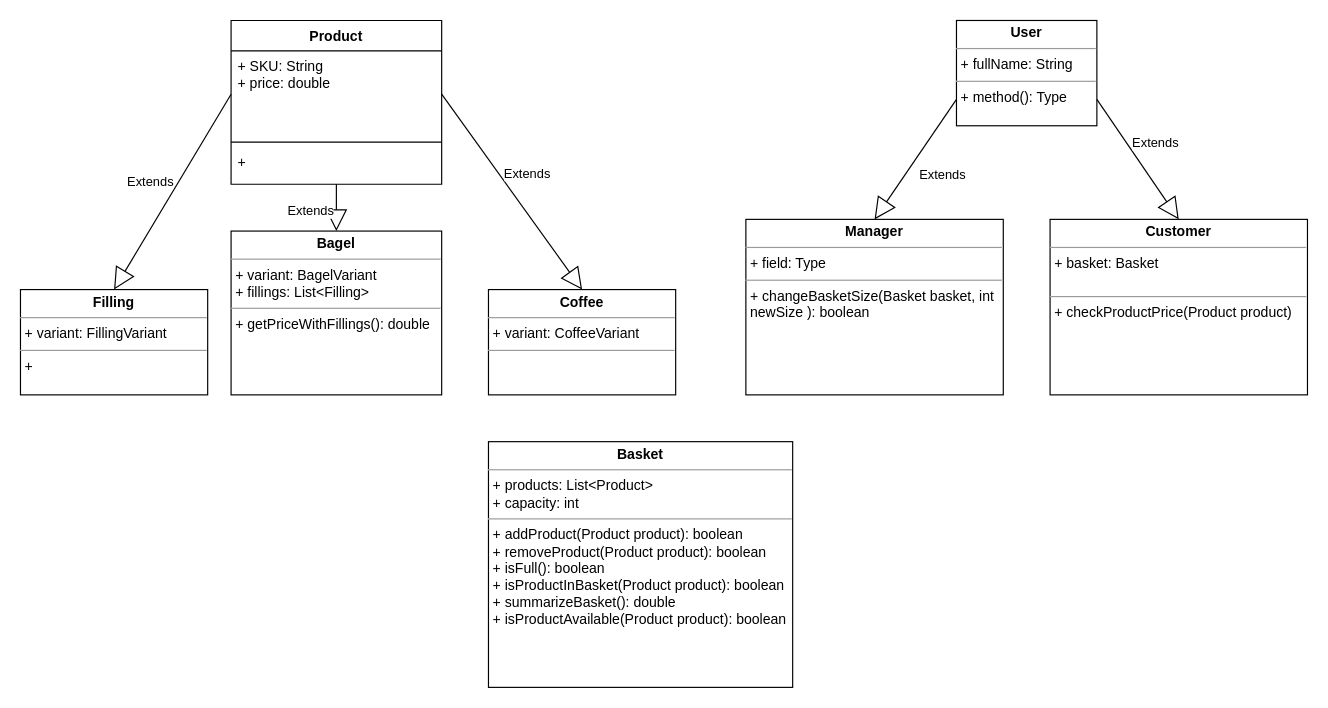
boolean-uk/java-tdd-oop-bobs-bagels keeps this draw.io diagram as class-diagram.drawio. Above is the earlier version. Source tidied: cells renumbered, new cells numbered last; positions are measured from the earlier drawing's top-left corner, leaving out a move shared by most shapes. Both pictures are drawn from the tidied source at 117%, with x=0, y=0 at pixel (20, 20).
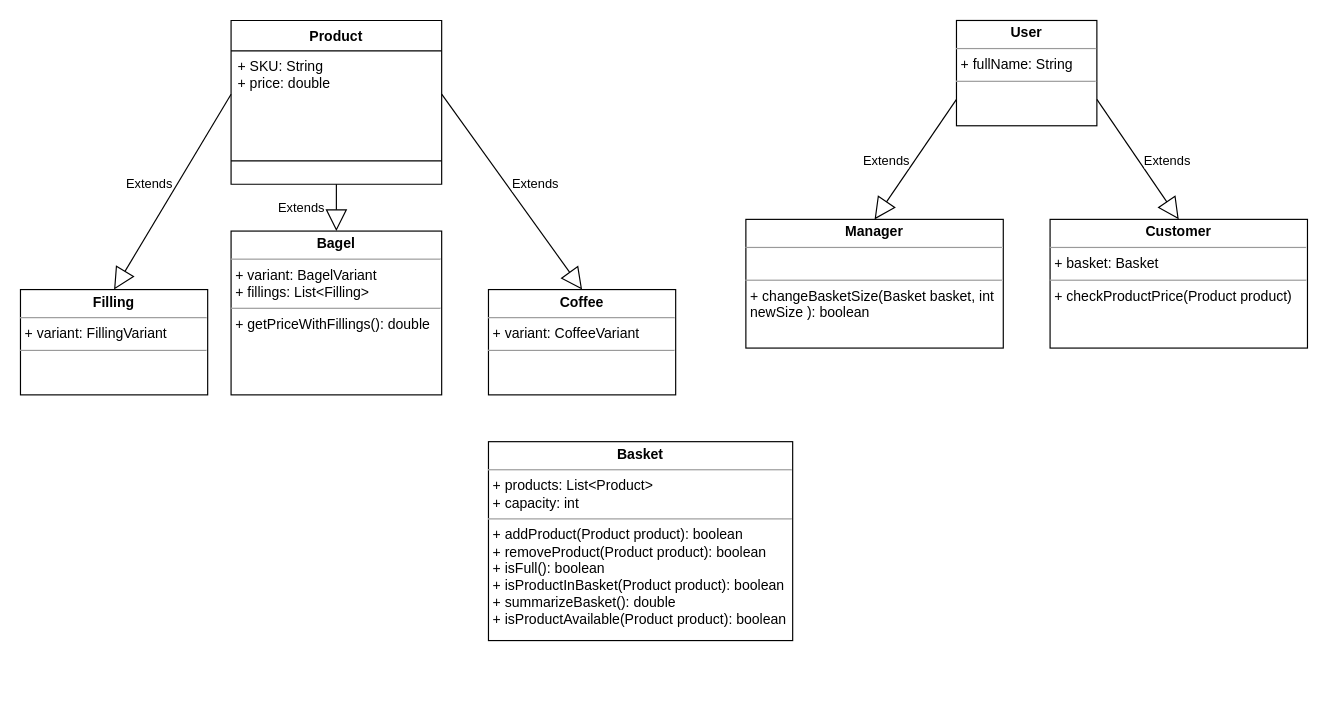
The same page after the edit.

The edit, as a diff of the source:
```diff
@@
 <mxGraphModel>
   <root>
     <mxCell id="0" />
     <mxCell id="1" parent="0" />
     <mxCell id="2" value="Product" style="swimlane;fontStyle=1;align=center;verticalAlign=top;horizontal=1;startSize=26;whiteSpace=wrap;html=1;" parent="1" vertex="1">
       <mxGeometry x="180" width="180" height="140" as="geometry" />
     </mxCell>
     <mxCell id="3" value="+ SKU: String&lt;br&gt;+ price: double&lt;br&gt;" style="text;strokeColor=none;fillColor=none;align=left;verticalAlign=top;spacingLeft=4;spacingRight=4;overflow=hidden;points=[[0,0.5],[1,0.5]];portConstraint=eastwest;whiteSpace=wrap;html=1;" parent="2" vertex="1">
       <mxGeometry y="26" width="180" height="74" as="geometry" />
     </mxCell>
     <mxCell id="4" style="line;strokeWidth=1;fillColor=none;align=left;verticalAlign=middle;spacingTop=-1;spacingLeft=3;spacingRight=3;labelPosition=right;strokeColor=inherit;" parent="2" vertex="1">
-      <mxGeometry y="100" width="180" height="8" as="geometry" />
+      <mxGeometry y="100" width="180" height="40" as="geometry" />
     </mxCell>
-    <mxCell id="5" value="+&amp;nbsp;" style="text;strokeColor=none;fillColor=none;align=left;verticalAlign=top;spacingLeft=4;spacingRight=4;overflow=hidden;points=[[0,0.5],[1,0.5]];portConstraint=eastwest;whiteSpace=wrap;html=1;" parent="2" vertex="1">
-      <mxGeometry y="108" width="180" height="32" as="geometry" />
-    </mxCell>
-    <mxCell id="6" value="Extends" style="endArrow=block;endSize=16;endFill=0;html=1;rounded=0;entryX=0.5;entryY=0;entryDx=0;entryDy=0;exitX=0.5;exitY=1;exitDx=0;exitDy=0;exitPerimeter=0;" parent="1" edge="1" source="5" target="7">
-      <mxGeometry x="0.17" y="-21" relative="1" as="geometry">
-        <mxPoint x="-1" as="offset" />
+    <mxCell id="6" value="Extends" style="endArrow=block;endSize=16;endFill=0;html=1;rounded=0;entryX=0.5;entryY=0;entryDx=0;entryDy=0;" parent="1" edge="1" target="7">
+      <mxGeometry y="-30" relative="1" as="geometry">
+        <mxPoint x="270" y="140" as="sourcePoint" />
       </mxGeometry>
     </mxCell>
     <mxCell id="7" value="&lt;p style=&quot;margin:0px;margin-top:4px;text-align:center;&quot;&gt;&lt;b&gt;Bagel&lt;/b&gt;&lt;/p&gt;&lt;hr size=&quot;1&quot;&gt;&lt;p style=&quot;margin:0px;margin-left:4px;&quot;&gt;+ variant: BagelVariant&lt;/p&gt;&lt;p style=&quot;margin:0px;margin-left:4px;&quot;&gt;+ fillings: List&amp;lt;Filling&amp;gt;&lt;/p&gt;&lt;hr size=&quot;1&quot;&gt;&lt;p style=&quot;margin:0px;margin-left:4px;&quot;&gt;+ getPriceWithFillings(): double&lt;/p&gt;" style="verticalAlign=top;align=left;overflow=fill;fontSize=12;fontFamily=Helvetica;html=1;whiteSpace=wrap;" parent="1" vertex="1">
       <mxGeometry x="180" y="180" width="180" height="140" as="geometry" />
     </mxCell>
     <mxCell id="8" value="&lt;p style=&quot;margin:0px;margin-top:4px;text-align:center;&quot;&gt;&lt;b&gt;Coffee&lt;/b&gt;&lt;/p&gt;&lt;hr size=&quot;1&quot;&gt;&lt;p style=&quot;margin:0px;margin-left:4px;&quot;&gt;+ variant: CoffeeVariant&lt;/p&gt;&lt;hr size=&quot;1&quot;&gt;&lt;p style=&quot;margin:0px;margin-left:4px;&quot;&gt;&lt;br&gt;&lt;/p&gt;" style="verticalAlign=top;align=left;overflow=fill;fontSize=12;fontFamily=Helvetica;html=1;whiteSpace=wrap;" parent="1" vertex="1">
       <mxGeometry x="400" y="230" width="160" height="90" as="geometry" />
     </mxCell>
     <mxCell id="9" value="Extends" style="endArrow=block;endSize=16;endFill=0;html=1;rounded=0;exitX=1;exitY=0.5;exitDx=0;exitDy=0;entryX=0.5;entryY=0;entryDx=0;entryDy=0;" parent="1" edge="1" source="3" target="8">
-      <mxGeometry x="-0.05" y="20" relative="1" as="geometry" />
+      <mxGeometry x="0.06" y="20" relative="1" as="geometry" />
     </mxCell>
     <mxCell id="10" value="&lt;p style=&quot;margin:0px;margin-top:4px;text-align:center;&quot;&gt;&lt;b&gt;Basket&lt;/b&gt;&lt;/p&gt;&lt;hr size=&quot;1&quot;&gt;&lt;p style=&quot;margin:0px;margin-left:4px;&quot;&gt;+ products: List&amp;lt;Product&amp;gt;&lt;/p&gt;&lt;p style=&quot;margin:0px;margin-left:4px;&quot;&gt;+ capacity: int&lt;/p&gt;&lt;hr size=&quot;1&quot;&gt;&lt;p style=&quot;margin:0px;margin-left:4px;&quot;&gt;+ addProduct(Product product): boolean&lt;/p&gt;&lt;p style=&quot;margin:0px;margin-left:4px;&quot;&gt;+ removeProduct(Product product): boolean&lt;/p&gt;&lt;p style=&quot;margin:0px;margin-left:4px;&quot;&gt;+ isFull(): boolean&lt;/p&gt;&lt;p style=&quot;margin:0px;margin-left:4px;&quot;&gt;+ isProductInBasket(Product product): boolean&lt;/p&gt;&lt;p style=&quot;margin:0px;margin-left:4px;&quot;&gt;+ summarizeBasket(): double&lt;/p&gt;&lt;p style=&quot;margin:0px;margin-left:4px;&quot;&gt;+ isProductAvailable(Product product): boolean&lt;/p&gt;" style="verticalAlign=top;align=left;overflow=fill;fontSize=12;fontFamily=Helvetica;html=1;whiteSpace=wrap;" parent="1" vertex="1">
-      <mxGeometry x="400" y="360" width="260" height="210" as="geometry" />
+      <mxGeometry x="400" y="360" width="260" height="170" as="geometry" />
     </mxCell>
-    <mxCell id="11" value="&lt;p style=&quot;margin:0px;margin-top:4px;text-align:center;&quot;&gt;&lt;b&gt;User&lt;/b&gt;&lt;/p&gt;&lt;hr size=&quot;1&quot;&gt;&lt;p style=&quot;margin:0px;margin-left:4px;&quot;&gt;+ fullName: String&lt;/p&gt;&lt;hr size=&quot;1&quot;&gt;&lt;p style=&quot;margin:0px;margin-left:4px;&quot;&gt;+ method(): Type&lt;/p&gt;" style="verticalAlign=top;align=left;overflow=fill;fontSize=12;fontFamily=Helvetica;html=1;whiteSpace=wrap;" parent="1" vertex="1">
+    <mxCell id="11" value="&lt;p style=&quot;margin:0px;margin-top:4px;text-align:center;&quot;&gt;&lt;b&gt;User&lt;/b&gt;&lt;/p&gt;&lt;hr size=&quot;1&quot;&gt;&lt;p style=&quot;margin:0px;margin-left:4px;&quot;&gt;+ fullName: String&lt;/p&gt;&lt;hr size=&quot;1&quot;&gt;&lt;p style=&quot;margin:0px;margin-left:4px;&quot;&gt;&lt;br&gt;&lt;/p&gt;" style="verticalAlign=top;align=left;overflow=fill;fontSize=12;fontFamily=Helvetica;html=1;whiteSpace=wrap;" parent="1" vertex="1">
       <mxGeometry x="800" width="120" height="90" as="geometry" />
     </mxCell>
-    <mxCell id="12" value="&lt;p style=&quot;margin:0px;margin-top:4px;text-align:center;&quot;&gt;&lt;b&gt;Manager&lt;/b&gt;&lt;/p&gt;&lt;hr size=&quot;1&quot;&gt;&lt;p style=&quot;margin:0px;margin-left:4px;&quot;&gt;+ field: Type&lt;/p&gt;&lt;hr size=&quot;1&quot;&gt;&lt;p style=&quot;margin:0px;margin-left:4px;&quot;&gt;+ changeBasketSize(Basket basket, int newSize ): boolean&lt;/p&gt;" style="verticalAlign=top;align=left;overflow=fill;fontSize=12;fontFamily=Helvetica;html=1;whiteSpace=wrap;" parent="1" vertex="1">
-      <mxGeometry x="620" y="170" width="220" height="150" as="geometry" />
+    <mxCell id="12" value="&lt;p style=&quot;margin:0px;margin-top:4px;text-align:center;&quot;&gt;&lt;b&gt;Manager&lt;/b&gt;&lt;/p&gt;&lt;hr size=&quot;1&quot;&gt;&lt;p style=&quot;margin:0px;margin-left:4px;&quot;&gt;&lt;br&gt;&lt;/p&gt;&lt;hr size=&quot;1&quot;&gt;&lt;p style=&quot;margin:0px;margin-left:4px;&quot;&gt;+ changeBasketSize(Basket basket, int newSize ): boolean&lt;/p&gt;" style="verticalAlign=top;align=left;overflow=fill;fontSize=12;fontFamily=Helvetica;html=1;whiteSpace=wrap;" parent="1" vertex="1">
+      <mxGeometry x="620" y="170" width="220" height="110" as="geometry" />
     </mxCell>
-    <mxCell id="13" value="&lt;p style=&quot;margin:0px;margin-top:4px;text-align:center;&quot;&gt;&lt;b&gt;Customer&lt;/b&gt;&lt;/p&gt;&lt;hr size=&quot;1&quot;&gt;&lt;p style=&quot;margin:0px;margin-left:4px;&quot;&gt;+ basket: Basket&lt;/p&gt;&lt;p style=&quot;margin:0px;margin-left:4px;&quot;&gt;&lt;br&gt;&lt;/p&gt;&lt;hr size=&quot;1&quot;&gt;&lt;p style=&quot;margin:0px;margin-left:4px;&quot;&gt;+ checkProductPrice(Product product)&lt;/p&gt;&lt;p style=&quot;margin:0px;margin-left:4px;&quot;&gt;&lt;br&gt;&lt;/p&gt;" style="verticalAlign=top;align=left;overflow=fill;fontSize=12;fontFamily=Helvetica;html=1;whiteSpace=wrap;" parent="1" vertex="1">
-      <mxGeometry x="880" y="170" width="220" height="150" as="geometry" />
+    <mxCell id="13" value="&lt;p style=&quot;margin:0px;margin-top:4px;text-align:center;&quot;&gt;&lt;b&gt;Customer&lt;/b&gt;&lt;/p&gt;&lt;hr size=&quot;1&quot;&gt;&lt;p style=&quot;margin:0px;margin-left:4px;&quot;&gt;+ basket: Basket&lt;/p&gt;&lt;hr size=&quot;1&quot;&gt;&lt;p style=&quot;margin:0px;margin-left:4px;&quot;&gt;+ checkProductPrice(Product product)&lt;/p&gt;&lt;p style=&quot;margin:0px;margin-left:4px;&quot;&gt;&lt;br&gt;&lt;/p&gt;" style="verticalAlign=top;align=left;overflow=fill;fontSize=12;fontFamily=Helvetica;html=1;whiteSpace=wrap;" parent="1" vertex="1">
+      <mxGeometry x="880" y="170" width="220" height="110" as="geometry" />
     </mxCell>
     <mxCell id="14" value="Extends" style="endArrow=block;endSize=16;endFill=0;html=1;rounded=0;exitX=1;exitY=0.75;exitDx=0;exitDy=0;entryX=0.5;entryY=0;entryDx=0;entryDy=0;" parent="1" edge="1" source="11" target="13">
-      <mxGeometry x="-0.05" y="20" relative="1" as="geometry" />
+      <mxGeometry x="0.24" y="20" relative="1" as="geometry" />
     </mxCell>
     <mxCell id="15" value="Extends" style="endArrow=block;endSize=16;endFill=0;html=1;rounded=0;exitX=0;exitY=0.75;exitDx=0;exitDy=0;entryX=0.5;entryY=0;entryDx=0;entryDy=0;" parent="1" edge="1" source="11" target="12">
-      <mxGeometry x="-0.03" y="27" relative="1" as="geometry" />
+      <mxGeometry x="0.24" y="-20" relative="1" as="geometry" />
     </mxCell>
-    <mxCell id="16" value="&lt;p style=&quot;margin:0px;margin-top:4px;text-align:center;&quot;&gt;&lt;b&gt;Filling&lt;/b&gt;&lt;/p&gt;&lt;hr size=&quot;1&quot;&gt;&lt;p style=&quot;margin:0px;margin-left:4px;&quot;&gt;+ variant: FillingVariant&lt;/p&gt;&lt;hr size=&quot;1&quot;&gt;&lt;p style=&quot;margin:0px;margin-left:4px;&quot;&gt;+&amp;nbsp;&lt;/p&gt;" style="verticalAlign=top;align=left;overflow=fill;fontSize=12;fontFamily=Helvetica;html=1;whiteSpace=wrap;" parent="1" vertex="1">
+    <mxCell id="16" value="&lt;p style=&quot;margin:0px;margin-top:4px;text-align:center;&quot;&gt;&lt;b&gt;Filling&lt;/b&gt;&lt;/p&gt;&lt;hr size=&quot;1&quot;&gt;&lt;p style=&quot;margin:0px;margin-left:4px;&quot;&gt;+ variant: FillingVariant&lt;/p&gt;&lt;hr size=&quot;1&quot;&gt;&lt;p style=&quot;margin:0px;margin-left:4px;&quot;&gt;&lt;br&gt;&lt;/p&gt;" style="verticalAlign=top;align=left;overflow=fill;fontSize=12;fontFamily=Helvetica;html=1;whiteSpace=wrap;" parent="1" vertex="1">
       <mxGeometry y="230" width="160" height="90" as="geometry" />
     </mxCell>
     <mxCell id="17" value="Extends" style="endArrow=block;endSize=16;endFill=0;html=1;rounded=0;entryX=0.5;entryY=0;entryDx=0;entryDy=0;exitX=0;exitY=0.5;exitDx=0;exitDy=0;" parent="1" edge="1" source="3" target="16">
-      <mxGeometry x="0.03" y="-20" relative="1" as="geometry">
-        <mxPoint y="-1" as="offset" />
-      </mxGeometry>
+      <mxGeometry x="0.05" y="-20" relative="1" as="geometry" />
     </mxCell>
   </root>
 </mxGraphModel>
```
